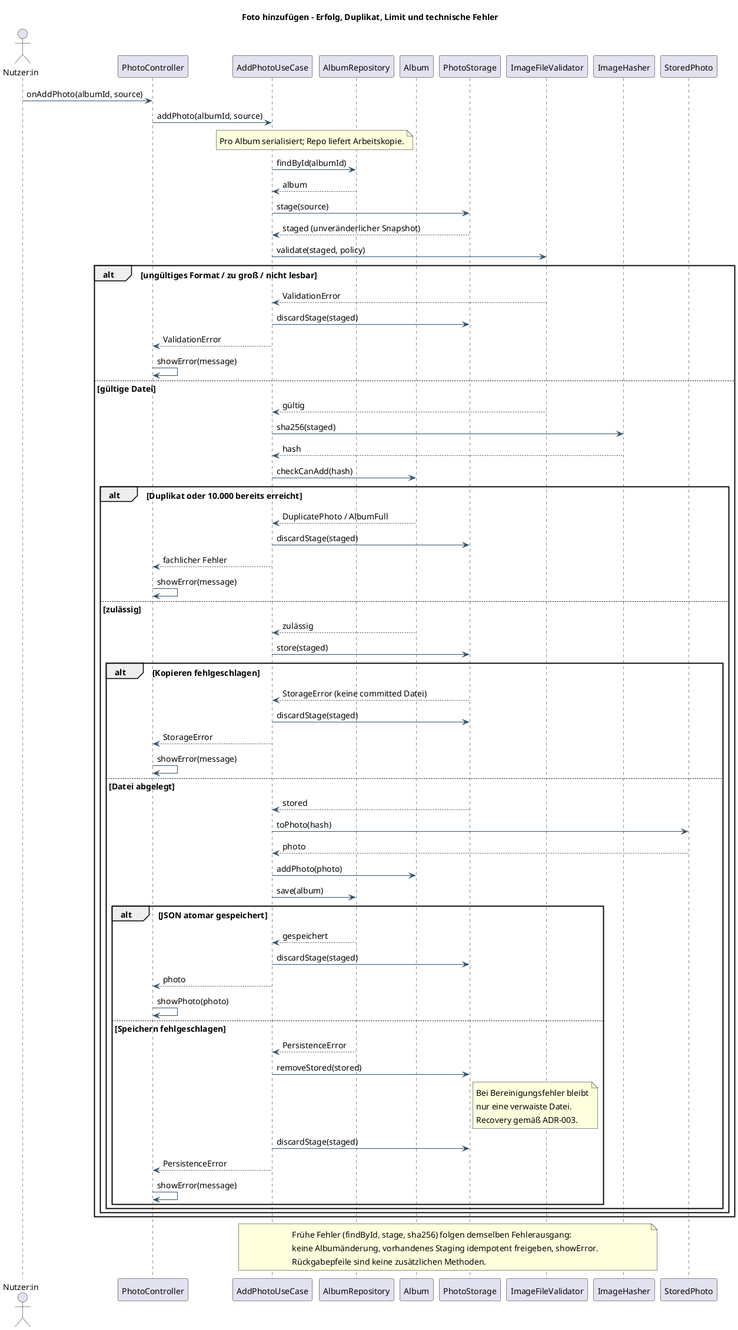
Above: docs/design/foto-hinzufuegen.png in ichessebaeume1/PhotoApp (PlantUML), before the change.
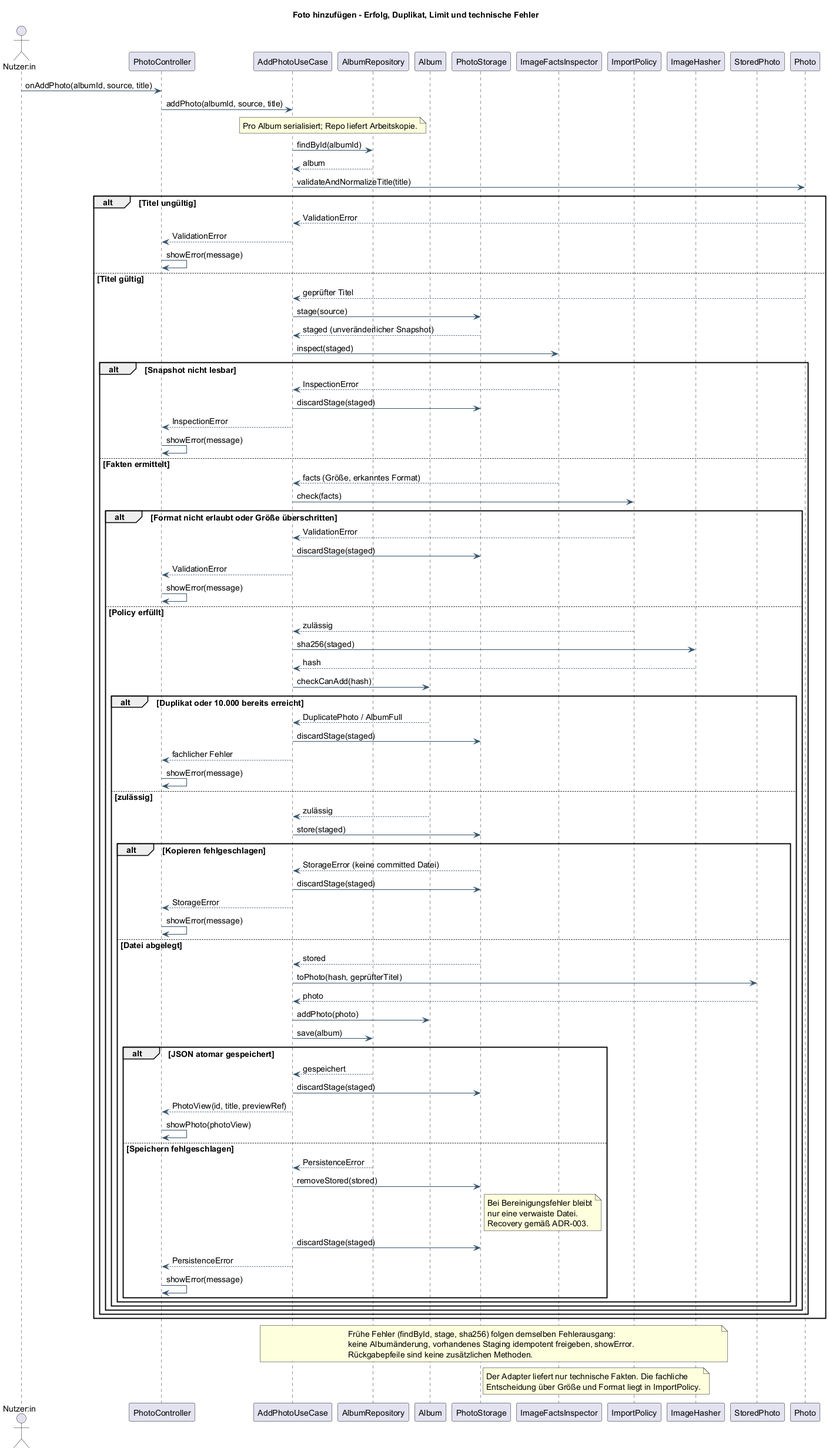
After the change.

Change to the diagram source:
```diff
@@ -15,24 +15,41 @@
 participant AlbumRepository as Repo
 participant Album
 participant PhotoStorage as Storage
-participant ImageFileValidator as Validator
+participant ImageFactsInspector as Inspector
+participant ImportPolicy as Policy
 participant ImageHasher as Hasher
 participant StoredPhoto as Stored
-User -> UI : onAddPhoto(albumId, source)
-UI -> UC : addPhoto(albumId, source)
+participant Photo
+User -> UI : onAddPhoto(albumId, source, title)
+UI -> UC : addPhoto(albumId, source, title)
 note over UC,Repo : Pro Album serialisiert; Repo liefert Arbeitskopie.
 UC -> Repo : findById(albumId)
 Repo --> UC : album
+UC -> Photo : validateAndNormalizeTitle(title)
+alt Titel ungültig
+ Photo --> UC : ValidationError
+ UC --> UI : ValidationError
+ UI -> UI : showError(message)
+else Titel gültig
+ Photo --> UC : geprüfter Titel
 UC -> Storage : stage(source)
 Storage --> UC : staged (unveränderlicher Snapshot)
-UC -> Validator : validate(staged, policy)
-alt ungültiges Format / zu groß / nicht lesbar
- Validator --> UC : ValidationError
+UC -> Inspector : inspect(staged)
+alt Snapshot nicht lesbar
+ Inspector --> UC : InspectionError
  UC -> Storage : discardStage(staged)
- UC --> UI : ValidationError
+ UC --> UI : InspectionError
  UI -> UI : showError(message)
-else gültige Datei
- Validator --> UC : gültig
+else Fakten ermittelt
+ Inspector --> UC : facts (Größe, erkanntes Format)
+ UC -> Policy : check(facts)
+ alt Format nicht erlaubt oder Größe überschritten
+  Policy --> UC : ValidationError
+  UC -> Storage : discardStage(staged)
+  UC --> UI : ValidationError
+  UI -> UI : showError(message)
+ else Policy erfüllt
+  Policy --> UC : zulässig
  UC -> Hasher : sha256(staged)
  Hasher --> UC : hash
  UC -> Album : checkCanAdd(hash)
@@ -51,15 +68,15 @@
    UI -> UI : showError(message)
   else Datei abgelegt
    Storage --> UC : stored
-   UC -> Stored : toPhoto(hash)
+   UC -> Stored : toPhoto(hash, geprüfterTitel)
    Stored --> UC : photo
    UC -> Album : addPhoto(photo)
    UC -> Repo : save(album)
    alt JSON atomar gespeichert
     Repo --> UC : gespeichert
     UC -> Storage : discardStage(staged)
-    UC --> UI : photo
-    UI -> UI : showPhoto(photo)
+    UC --> UI : PhotoView(id, title, previewRef)
+    UI -> UI : showPhoto(photoView)
    else Speichern fehlgeschlagen
     Repo --> UC : PersistenceError
     UC -> Storage : removeStored(stored)
@@ -74,10 +91,16 @@
    end
   end
  end
+ end
 end
+ end
 note over UC,Hasher
 Frühe Fehler (findById, stage, sha256) folgen demselben Fehlerausgang:
 keine Albumänderung, vorhandenes Staging idempotent freigeben, showError.
 Rückgabepfeile sind keine zusätzlichen Methoden.
 end note
+note over Inspector,Policy
+Der Adapter liefert nur technische Fakten. Die fachliche
+Entscheidung über Größe und Format liegt in ImportPolicy.
+end note
 @enduml
```
